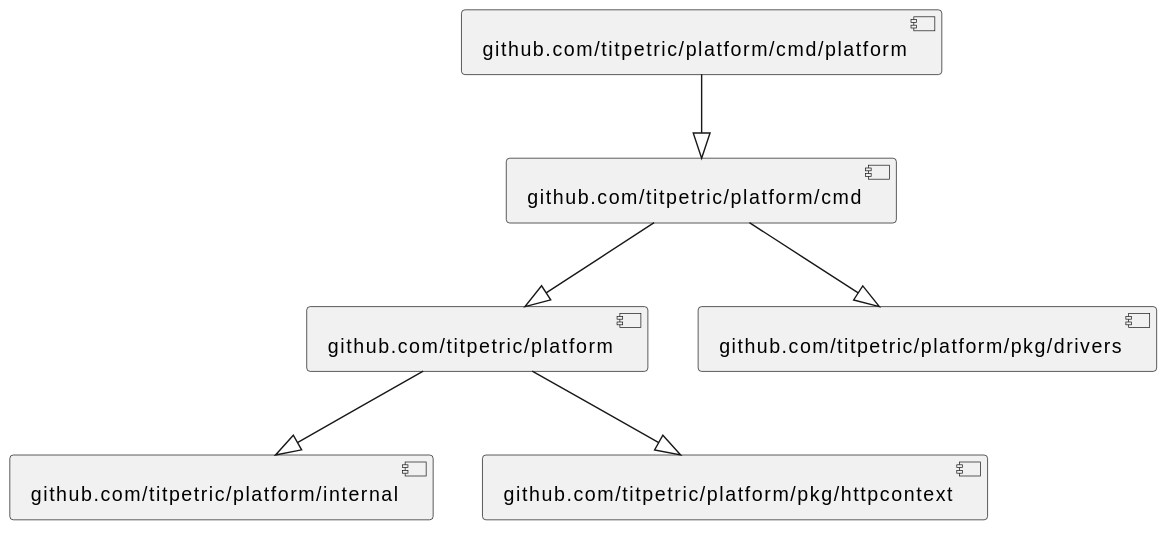
This is docs/imports.svg from titpetric/platform, a PlantUML export, as it was before one commit.
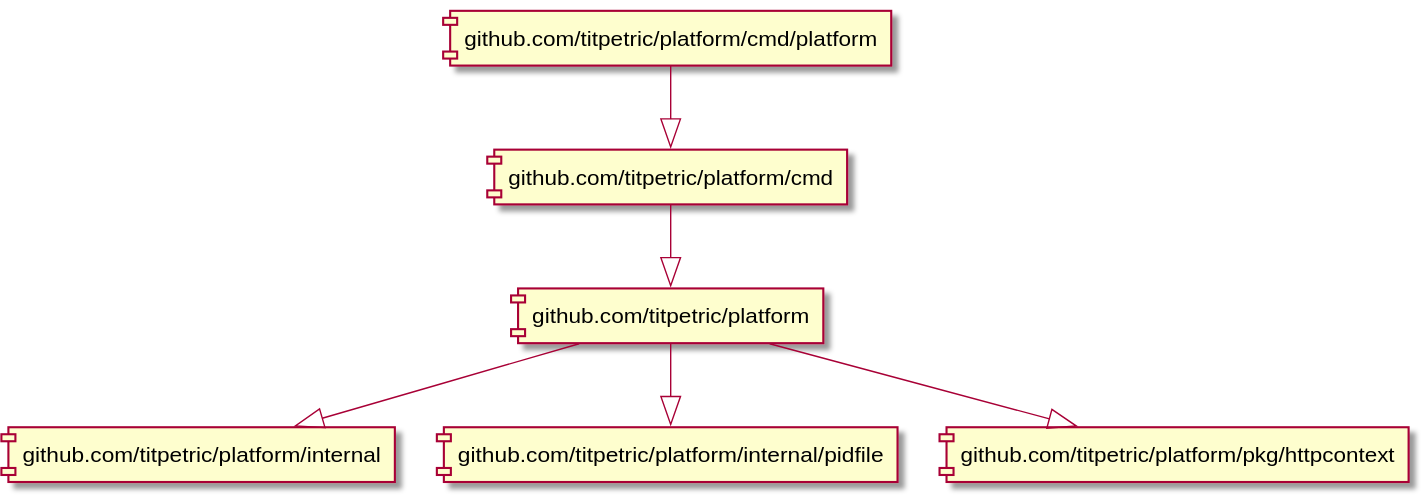
Above is the later version.

The edit, as a diff of the source:
```diff
@@ -1,7 +1,7 @@
 @startuml
 [github.com/titpetric/platform] --|> [github.com/titpetric/platform/internal]
+[github.com/titpetric/platform] --|> [github.com/titpetric/platform/internal/pidfile]
 [github.com/titpetric/platform] --|> [github.com/titpetric/platform/pkg/httpcontext]
 [github.com/titpetric/platform/cmd] --|> [github.com/titpetric/platform]
-[github.com/titpetric/platform/cmd] --|> [github.com/titpetric/platform/pkg/drivers]
 [github.com/titpetric/platform/cmd/platform] --|> [github.com/titpetric/platform/cmd]
 @enduml
```
